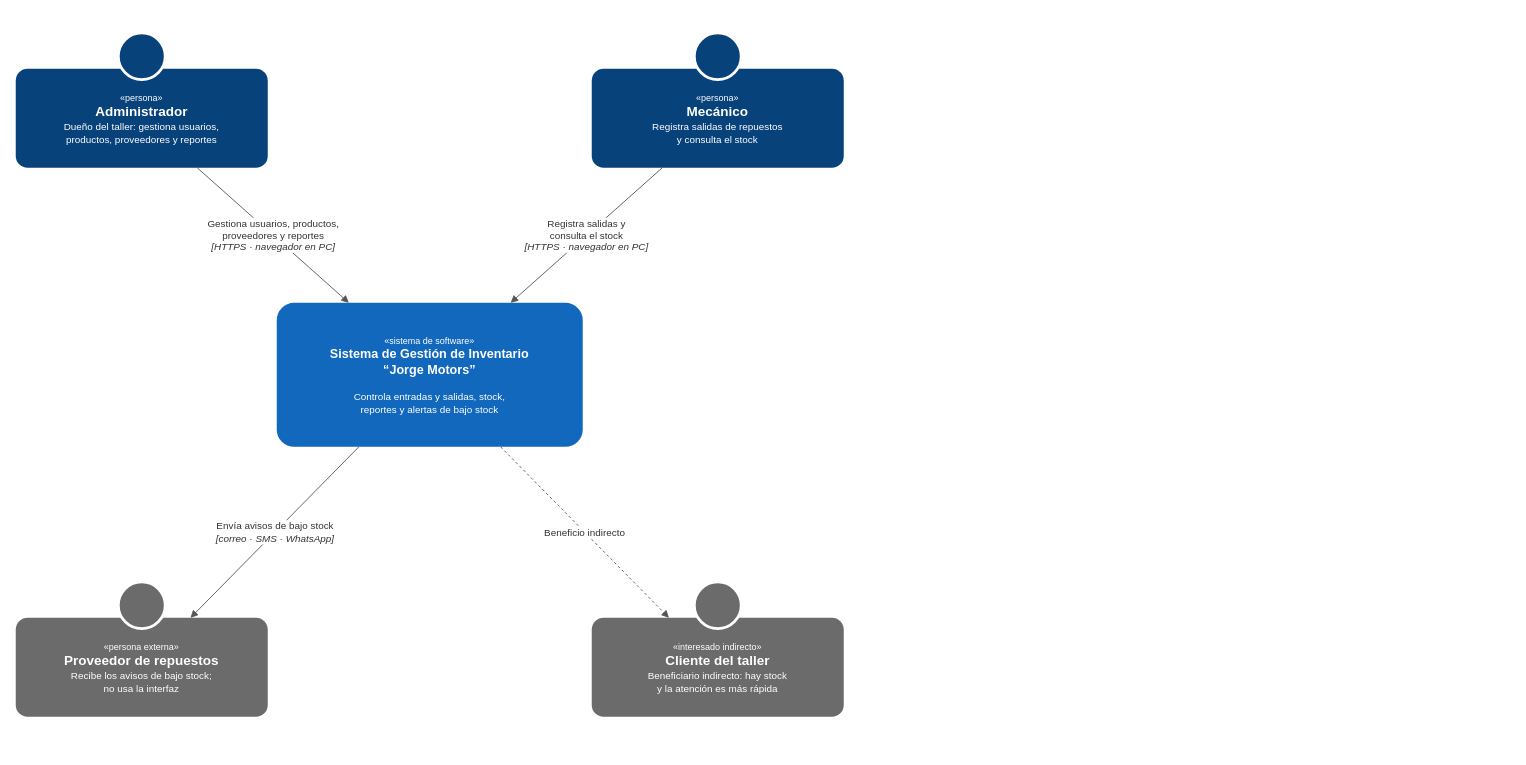
The draw.io diagram docs/diagramas/fig02_c4_contexto.drawio in JhosepString/jorge-motors, before the edit. Source tidied: cells renumbered, new cells numbered last; positions are measured from the earlier drawing's top-left corner, leaving out a move shared by most shapes. Both pictures are drawn from the tidied source at 90%, with x=0, y=0 at pixel (15, 32).
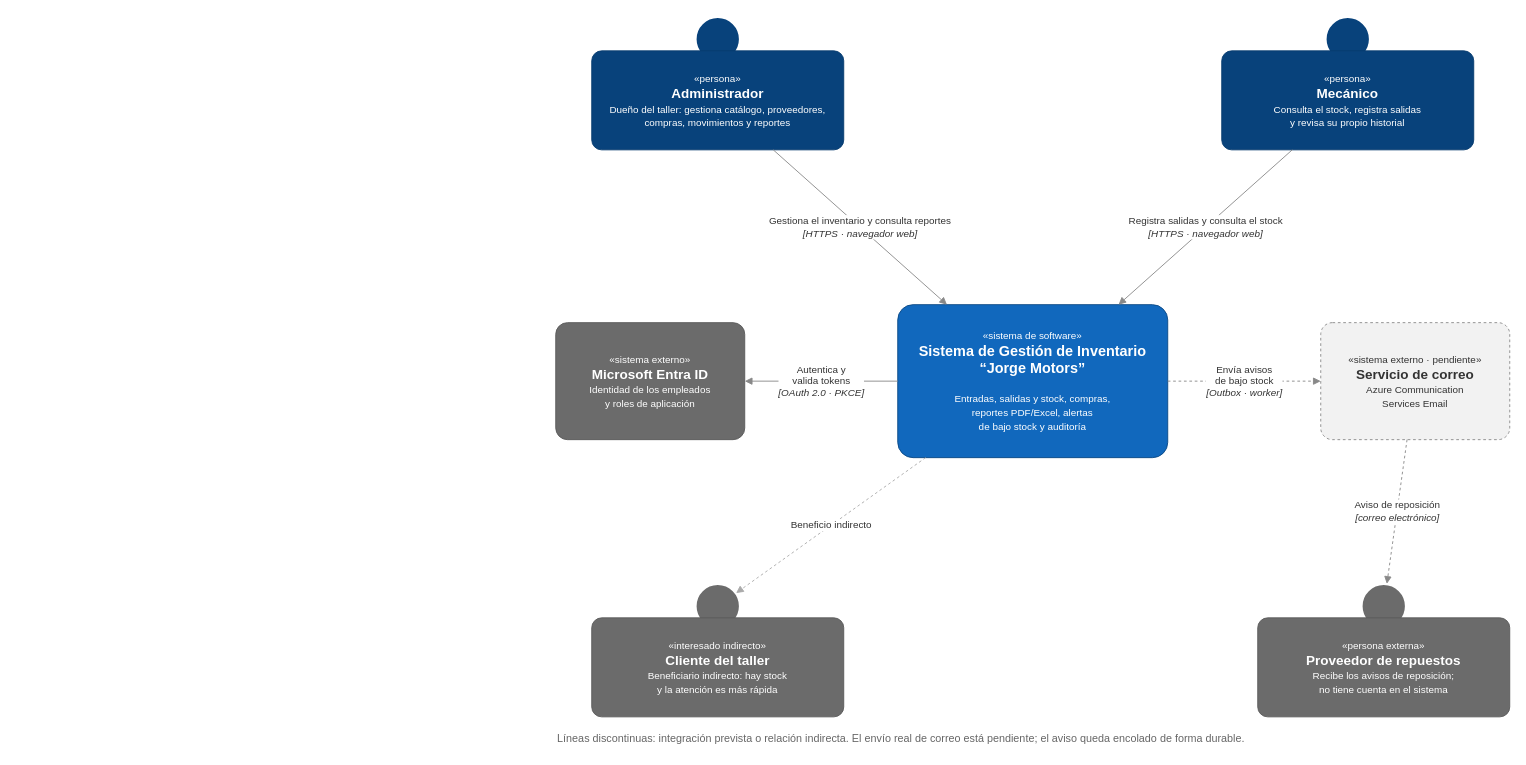
The same page after the edit.

What changed in the source:
```diff
@@
 <mxGraphModel>
   <root>
     <mxCell id="0" />
     <mxCell id="1" parent="0" />
-    <mxCell id="2" value="&lt;font style=&quot;font-size:10px&quot;&gt;«persona»&lt;/font&gt;&lt;br&gt;&lt;b style=&quot;font-size:15px&quot;&gt;Administrador&lt;/b&gt;&lt;br&gt;&lt;font style=&quot;font-size:11px&quot;&gt;Dueño del taller: gestiona usuarios,&lt;br&gt;productos, proveedores y reportes&lt;/font&gt;" style="rounded=1;arcSize=12;whiteSpace=wrap;html=1;fillColor=#08427B;strokeColor=none;fontColor=#FFFFFF;fontSize=12;verticalAlign=middle;" parent="1" vertex="1">
-      <mxGeometry y="40" width="280" height="110" as="geometry" />
-    </mxCell>
-    <mxCell id="3" style="ellipse;whiteSpace=wrap;html=1;fillColor=#08427B;strokeColor=#FFFFFF;strokeWidth=3;" parent="1" vertex="1">
-      <mxGeometry x="114" width="52" height="52" as="geometry" />
-    </mxCell>
-    <mxCell id="4" value="&lt;font style=&quot;font-size:10px&quot;&gt;«persona»&lt;/font&gt;&lt;br&gt;&lt;b style=&quot;font-size:15px&quot;&gt;Mecánico&lt;/b&gt;&lt;br&gt;&lt;font style=&quot;font-size:11px&quot;&gt;Registra salidas de repuestos&lt;br&gt;y consulta el stock&lt;/font&gt;" style="rounded=1;arcSize=12;whiteSpace=wrap;html=1;fillColor=#08427B;strokeColor=none;fontColor=#FFFFFF;fontSize=12;verticalAlign=middle;" parent="1" vertex="1">
-      <mxGeometry x="640" y="40" width="280" height="110" as="geometry" />
-    </mxCell>
-    <mxCell id="5" style="ellipse;whiteSpace=wrap;html=1;fillColor=#08427B;strokeColor=#FFFFFF;strokeWidth=3;" parent="1" vertex="1">
-      <mxGeometry x="754" width="52" height="52" as="geometry" />
-    </mxCell>
-    <mxCell id="6" value="&lt;font style=&quot;font-size:10px&quot;&gt;«sistema de software»&lt;/font&gt;&lt;br&gt;&lt;b style=&quot;font-size:14px&quot;&gt;Sistema de Gestión de Inventario&lt;br&gt;“Jorge Motors”&lt;/b&gt;&lt;br&gt;&lt;br&gt;&lt;font style=&quot;font-size:11px&quot;&gt;Controla entradas y salidas, stock,&lt;br&gt;reportes y alertas de bajo stock&lt;/font&gt;" style="rounded=1;arcSize=12;whiteSpace=wrap;html=1;fillColor=#1168BD;strokeColor=none;fontColor=#FFFFFF;fontSize=12;" parent="1" vertex="1">
-      <mxGeometry x="290" y="300" width="340" height="160" as="geometry" />
-    </mxCell>
-    <mxCell id="7" value="&lt;font style=&quot;font-size:10px&quot;&gt;«persona externa»&lt;/font&gt;&lt;br&gt;&lt;b style=&quot;font-size:15px&quot;&gt;Proveedor de repuestos&lt;/b&gt;&lt;br&gt;&lt;font style=&quot;font-size:11px&quot;&gt;Recibe los avisos de bajo stock;&lt;br&gt;no usa la interfaz&lt;/font&gt;" style="rounded=1;arcSize=12;whiteSpace=wrap;html=1;fillColor=#6B6B6B;strokeColor=none;fontColor=#FFFFFF;fontSize=12;verticalAlign=middle;" parent="1" vertex="1">
-      <mxGeometry y="650" width="280" height="110" as="geometry" />
-    </mxCell>
-    <mxCell id="8" style="ellipse;whiteSpace=wrap;html=1;fillColor=#6B6B6B;strokeColor=#FFFFFF;strokeWidth=3;" parent="1" vertex="1">
-      <mxGeometry x="114" y="610" width="52" height="52" as="geometry" />
-    </mxCell>
+    <mxCell id="15" style="ellipse;whiteSpace=wrap;html=1;fillColor=#08427B;strokeColor=#FFFFFF;strokeWidth=3;" parent="1" vertex="1">
+      <mxGeometry x="755" y="-18" width="50" height="50" as="geometry" />
+    </mxCell>
+    <mxCell id="16" value="&lt;font style=&quot;font-size:11px&quot;&gt;«persona»&lt;/font&gt;&lt;br&gt;&lt;b style=&quot;font-size:15px&quot;&gt;Administrador&lt;/b&gt;&lt;br&gt;&lt;font style=&quot;font-size:11px&quot;&gt;Dueño del taller: gestiona catálogo, proveedores,&lt;br&gt;compras, movimientos y reportes&lt;/font&gt;" style="rounded=1;arcSize=10;whiteSpace=wrap;html=1;fillColor=#08427B;strokeColor=#073B6F;fontColor=#FFFFFF;fontSize=13;" parent="1" vertex="1">
+      <mxGeometry x="640" y="20" width="280" height="110" as="geometry" />
+    </mxCell>
+    <mxCell id="17" style="ellipse;whiteSpace=wrap;html=1;fillColor=#08427B;strokeColor=#FFFFFF;strokeWidth=3;" parent="1" vertex="1">
+      <mxGeometry x="1455" y="-18" width="50" height="50" as="geometry" />
+    </mxCell>
+    <mxCell id="18" value="&lt;font style=&quot;font-size:11px&quot;&gt;«persona»&lt;/font&gt;&lt;br&gt;&lt;b style=&quot;font-size:15px&quot;&gt;Mecánico&lt;/b&gt;&lt;br&gt;&lt;font style=&quot;font-size:11px&quot;&gt;Consulta el stock, registra salidas&lt;br&gt;y revisa su propio historial&lt;/font&gt;" style="rounded=1;arcSize=10;whiteSpace=wrap;html=1;fillColor=#08427B;strokeColor=#073B6F;fontColor=#FFFFFF;fontSize=13;" parent="1" vertex="1">
+      <mxGeometry x="1340" y="20" width="280" height="110" as="geometry" />
+    </mxCell>
+    <mxCell id="19" value="&lt;font style=&quot;font-size:11px&quot;&gt;«sistema de software»&lt;/font&gt;&lt;br&gt;&lt;b style=&quot;font-size:16px&quot;&gt;Sistema de Gestión de Inventario&lt;br&gt;“Jorge Motors”&lt;/b&gt;&lt;br&gt;&lt;br&gt;&lt;font style=&quot;font-size:11px&quot;&gt;Entradas, salidas y stock, compras,&lt;br&gt;reportes PDF/Excel, alertas&lt;br&gt;de bajo stock y auditoría&lt;/font&gt;" style="rounded=1;arcSize=10;whiteSpace=wrap;html=1;fillColor=#1168BD;strokeColor=#0B4884;fontColor=#FFFFFF;fontSize=13;" parent="1" vertex="1">
+      <mxGeometry x="980" y="302" width="300" height="170" as="geometry" />
+    </mxCell>
+    <mxCell id="20" value="&lt;font style=&quot;font-size:11px&quot;&gt;«sistema externo»&lt;/font&gt;&lt;br&gt;&lt;b style=&quot;font-size:15px&quot;&gt;Microsoft Entra ID&lt;/b&gt;&lt;br&gt;&lt;font style=&quot;font-size:11px&quot;&gt;Identidad de los empleados&lt;br&gt;y roles de aplicación&lt;/font&gt;" style="rounded=1;arcSize=10;whiteSpace=wrap;html=1;fillColor=#6B6B6B;strokeColor=#5A5A5A;fontColor=#FFFFFF;fontSize=13;" parent="1" vertex="1">
+      <mxGeometry x="600" y="322" width="210" height="130" as="geometry" />
+    </mxCell>
+    <mxCell id="21" value="&lt;font style=&quot;font-size:11px&quot;&gt;«sistema externo · pendiente»&lt;/font&gt;&lt;br&gt;&lt;b style=&quot;font-size:15px&quot;&gt;Servicio de correo&lt;/b&gt;&lt;br&gt;&lt;font style=&quot;font-size:11px&quot;&gt;Azure Communication&lt;br&gt;Services Email&lt;/font&gt;" style="rounded=1;arcSize=10;whiteSpace=wrap;html=1;fillColor=#F2F2F2;strokeColor=#8A8A8A;dashed=1;fontColor=#333333;fontSize=13;" parent="1" vertex="1">
+      <mxGeometry x="1450" y="322" width="210" height="130" as="geometry" />
+    </mxCell>
+    <mxCell id="22" style="ellipse;whiteSpace=wrap;html=1;fillColor=#6B6B6B;strokeColor=#FFFFFF;strokeWidth=3;" parent="1" vertex="1">
+      <mxGeometry x="1495" y="612" width="50" height="50" as="geometry" />
+    </mxCell>
+    <mxCell id="23" value="&lt;font style=&quot;font-size:11px&quot;&gt;«persona externa»&lt;/font&gt;&lt;br&gt;&lt;b style=&quot;font-size:15px&quot;&gt;Proveedor de repuestos&lt;/b&gt;&lt;br&gt;&lt;font style=&quot;font-size:11px&quot;&gt;Recibe los avisos de reposición;&lt;br&gt;no tiene cuenta en el sistema&lt;/font&gt;" style="rounded=1;arcSize=10;whiteSpace=wrap;html=1;fillColor=#6B6B6B;strokeColor=#5A5A5A;fontColor=#FFFFFF;fontSize=13;" parent="1" vertex="1">
+      <mxGeometry x="1380" y="650" width="280" height="110" as="geometry" />
+    </mxCell>
+    <mxCell id="24" style="ellipse;whiteSpace=wrap;html=1;fillColor=#6B6B6B;strokeColor=#FFFFFF;strokeWidth=3;" parent="1" vertex="1">
+      <mxGeometry x="755" y="612" width="50" height="50" as="geometry" />
+    </mxCell>
-    <mxCell id="9" value="&lt;font style=&quot;font-size:10px&quot;&gt;«interesado indirecto»&lt;/font&gt;&lt;br&gt;&lt;b style=&quot;font-size:15px&quot;&gt;Cliente del taller&lt;/b&gt;&lt;br&gt;&lt;font style=&quot;font-size:11px&quot;&gt;Beneficiario indirecto: hay stock&lt;br&gt;y la atención es más rápida&lt;/font&gt;" style="rounded=1;arcSize=12;whiteSpace=wrap;html=1;fillColor=#6B6B6B;strokeColor=none;fontColor=#FFFFFF;fontSize=12;verticalAlign=middle;" parent="1" vertex="1">
+    <mxCell id="9" value="&lt;font style=&quot;font-size:11px&quot;&gt;«interesado indirecto»&lt;/font&gt;&lt;br&gt;&lt;b style=&quot;font-size:15px&quot;&gt;Cliente del taller&lt;/b&gt;&lt;br&gt;&lt;font style=&quot;font-size:11px&quot;&gt;Beneficiario indirecto: hay stock&lt;br&gt;y la atención es más rápida&lt;/font&gt;" style="rounded=1;arcSize=10;whiteSpace=wrap;html=1;fillColor=#6B6B6B;strokeColor=#5A5A5A;fontColor=#FFFFFF;fontSize=13;" parent="1" vertex="1">
       <mxGeometry x="640" y="650" width="280" height="110" as="geometry" />
     </mxCell>
-    <mxCell id="10" style="ellipse;whiteSpace=wrap;html=1;fillColor=#6B6B6B;strokeColor=#FFFFFF;strokeWidth=3;" parent="1" vertex="1">
-      <mxGeometry x="754" y="610" width="52" height="52" as="geometry" />
-    </mxCell>
-    <mxCell id="11" value="Gestiona usuarios, productos,&lt;br&gt;proveedores y reportes&lt;br&gt;&lt;i&gt;[HTTPS · navegador en PC]&lt;/i&gt;" style="edgeStyle=orthogonalEdgeStyle;rounded=1;html=1;endArrow=block;endFill=1;strokeColor=#555555;fontColor=#333333;fontSize=11;labelBackgroundColor=#FFFFFF;edgeStyle=none;" parent="1" edge="1" source="2" target="6">
-      <mxGeometry relative="1" as="geometry" />
-    </mxCell>
-    <mxCell id="12" value="Registra salidas y&lt;br&gt;consulta el stock&lt;br&gt;&lt;i&gt;[HTTPS · navegador en PC]&lt;/i&gt;" style="edgeStyle=orthogonalEdgeStyle;rounded=1;html=1;endArrow=block;endFill=1;strokeColor=#555555;fontColor=#333333;fontSize=11;labelBackgroundColor=#FFFFFF;edgeStyle=none;" parent="1" edge="1" source="4" target="6">
-      <mxGeometry relative="1" as="geometry" />
-    </mxCell>
-    <mxCell id="13" value="Envía avisos de bajo stock&lt;br&gt;&lt;i&gt;[correo · SMS · WhatsApp]&lt;/i&gt;" style="edgeStyle=orthogonalEdgeStyle;rounded=1;html=1;endArrow=block;endFill=1;strokeColor=#555555;fontColor=#333333;fontSize=11;labelBackgroundColor=#FFFFFF;edgeStyle=none;" parent="1" edge="1" source="6" target="7">
-      <mxGeometry relative="1" as="geometry" />
-    </mxCell>
+    <mxCell id="25" value="&lt;font color=&quot;#666666&quot;&gt;Líneas discontinuas: integración prevista o relación indirecta. El envío real de correo está pendiente; el aviso queda encolado de forma durable.&lt;/font&gt;" style="text;html=1;align=left;verticalAlign=middle;whiteSpace=wrap;fontSize=12;fontColor=#555555;" parent="1" vertex="1">
+      <mxGeometry x="600" y="772" width="1060" height="24" as="geometry" />
+    </mxCell>
+    <mxCell id="26" value="Gestiona el inventario y consulta reportes&lt;br&gt;&lt;i&gt;[HTTPS · navegador web]&lt;/i&gt;" style="edgeStyle=none;rounded=1;html=1;endArrow=block;endFill=1;strokeColor=#888888;fontColor=#333333;fontSize=11;labelBackgroundColor=#FFFFFF;" parent="1" edge="1" source="16" target="19">
+      <mxGeometry relative="1" as="geometry" />
+    </mxCell>
+    <mxCell id="27" value="Registra salidas y consulta el stock&lt;br&gt;&lt;i&gt;[HTTPS · navegador web]&lt;/i&gt;" style="edgeStyle=none;rounded=1;html=1;endArrow=block;endFill=1;strokeColor=#888888;fontColor=#333333;fontSize=11;labelBackgroundColor=#FFFFFF;" parent="1" edge="1" source="18" target="19">
+      <mxGeometry relative="1" as="geometry" />
+    </mxCell>
+    <mxCell id="28" value="Autentica y&lt;br&gt;valida tokens&lt;br&gt;&lt;i&gt;[OAuth 2.0 · PKCE]&lt;/i&gt;" style="edgeStyle=none;rounded=1;html=1;endArrow=block;endFill=1;strokeColor=#888888;fontColor=#333333;fontSize=11;labelBackgroundColor=#FFFFFF;" parent="1" edge="1" source="19" target="20">
+      <mxGeometry relative="1" as="geometry" />
+    </mxCell>
+    <mxCell id="29" value="Envía avisos&lt;br&gt;de bajo stock&lt;br&gt;&lt;i&gt;[Outbox · worker]&lt;/i&gt;" style="edgeStyle=none;rounded=1;html=1;endArrow=block;endFill=1;strokeColor=#888888;fontColor=#333333;fontSize=11;labelBackgroundColor=#FFFFFF;dashed=1;" parent="1" edge="1" source="19" target="21">
+      <mxGeometry relative="1" as="geometry" />
+    </mxCell>
+    <mxCell id="30" value="Aviso de reposición&lt;br&gt;&lt;i&gt;[correo electrónico]&lt;/i&gt;" style="edgeStyle=none;rounded=1;html=1;endArrow=block;endFill=1;strokeColor=#888888;fontColor=#333333;fontSize=11;labelBackgroundColor=#FFFFFF;dashed=1;" parent="1" edge="1" source="21" target="22">
+      <mxGeometry relative="1" as="geometry" />
+    </mxCell>
-    <mxCell id="14" value="Beneficio indirecto" style="edgeStyle=orthogonalEdgeStyle;rounded=1;html=1;endArrow=block;endFill=1;strokeColor=#555555;fontColor=#333333;fontSize=11;labelBackgroundColor=#FFFFFF;edgeStyle=none;dashed=1;" parent="1" edge="1" source="6" target="9">
+    <mxCell id="14" value="Beneficio indirecto" style="edgeStyle=none;rounded=1;html=1;endArrow=block;endFill=1;strokeColor=#888888;fontColor=#333333;fontSize=11;labelBackgroundColor=#FFFFFF;dashed=1;strokeColor=#AAAAAA;" parent="1" edge="1" source="19" target="24">
       <mxGeometry relative="1" as="geometry" />
     </mxCell>
   </root>
 </mxGraphModel>
```
